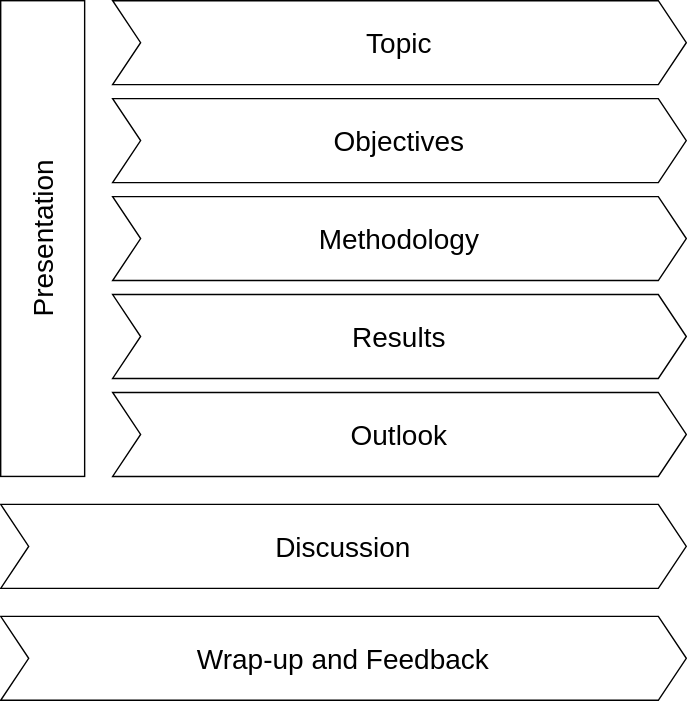
Above: presentation/images/outline.svg in juliankraft/BachelorThesis (draw.io), before the change. Source tidied: cells renumbered, new cells last; positions are measured from the earlier drawing's top-left corner, leaving out a move shared by most shapes.
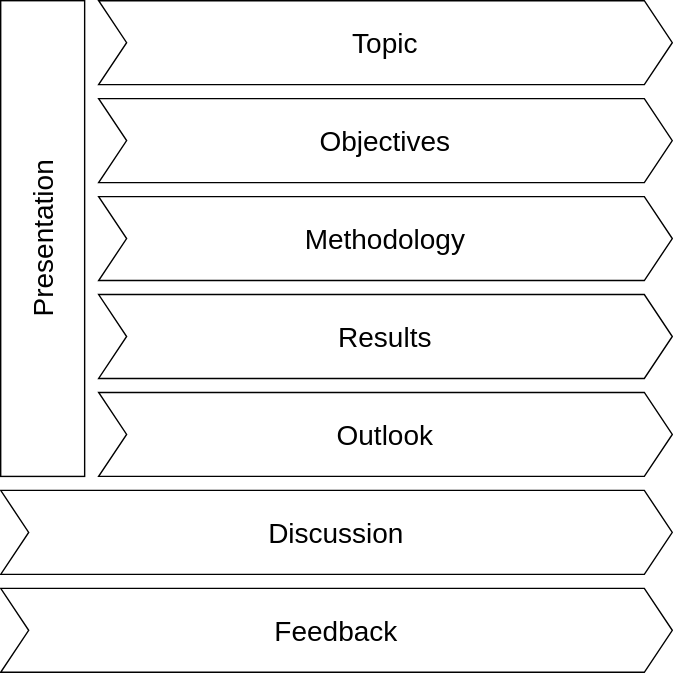
The same file after the commit.

The edit, as a diff of the source:
```diff
@@ -18,13 +18,13 @@
       <mxGeometry x="220" y="280" width="410" height="60" as="geometry" />
     </mxCell>
     <mxCell id="7" value="&lt;span style=&quot;font-size: 20px;&quot;&gt;Discussion&lt;/span&gt;" style="shape=step;perimeter=stepPerimeter;whiteSpace=wrap;html=1;fixedSize=1;" parent="1" vertex="1">
-      <mxGeometry x="140" y="360" width="490" height="60" as="geometry" />
+      <mxGeometry x="150" y="350" width="480" height="60" as="geometry" />
     </mxCell>
-    <mxCell id="8" value="&lt;span style=&quot;font-size: 20px;&quot;&gt;Wrap-up and Feedback&lt;/span&gt;" style="shape=step;perimeter=stepPerimeter;whiteSpace=wrap;html=1;fixedSize=1;" parent="1" vertex="1">
-      <mxGeometry x="140" y="440" width="490" height="60" as="geometry" />
+    <mxCell id="8" value="&lt;span style=&quot;font-size: 20px;&quot;&gt;Feedback&lt;/span&gt;" style="shape=step;perimeter=stepPerimeter;whiteSpace=wrap;html=1;fixedSize=1;" parent="1" vertex="1">
+      <mxGeometry x="150" y="420" width="480" height="60" as="geometry" />
     </mxCell>
     <mxCell id="9" value="&lt;font style=&quot;font-size: 20px;&quot;&gt;Presentation&lt;/font&gt;" style="rounded=0;whiteSpace=wrap;html=1;flipV=0;rotation=-90;" parent="1" vertex="1">
-      <mxGeometry y="140" width="340" height="60" as="geometry" />
+      <mxGeometry x="10" y="140" width="340" height="60" as="geometry" />
     </mxCell>
   </root>
 </mxGraphModel>
```
